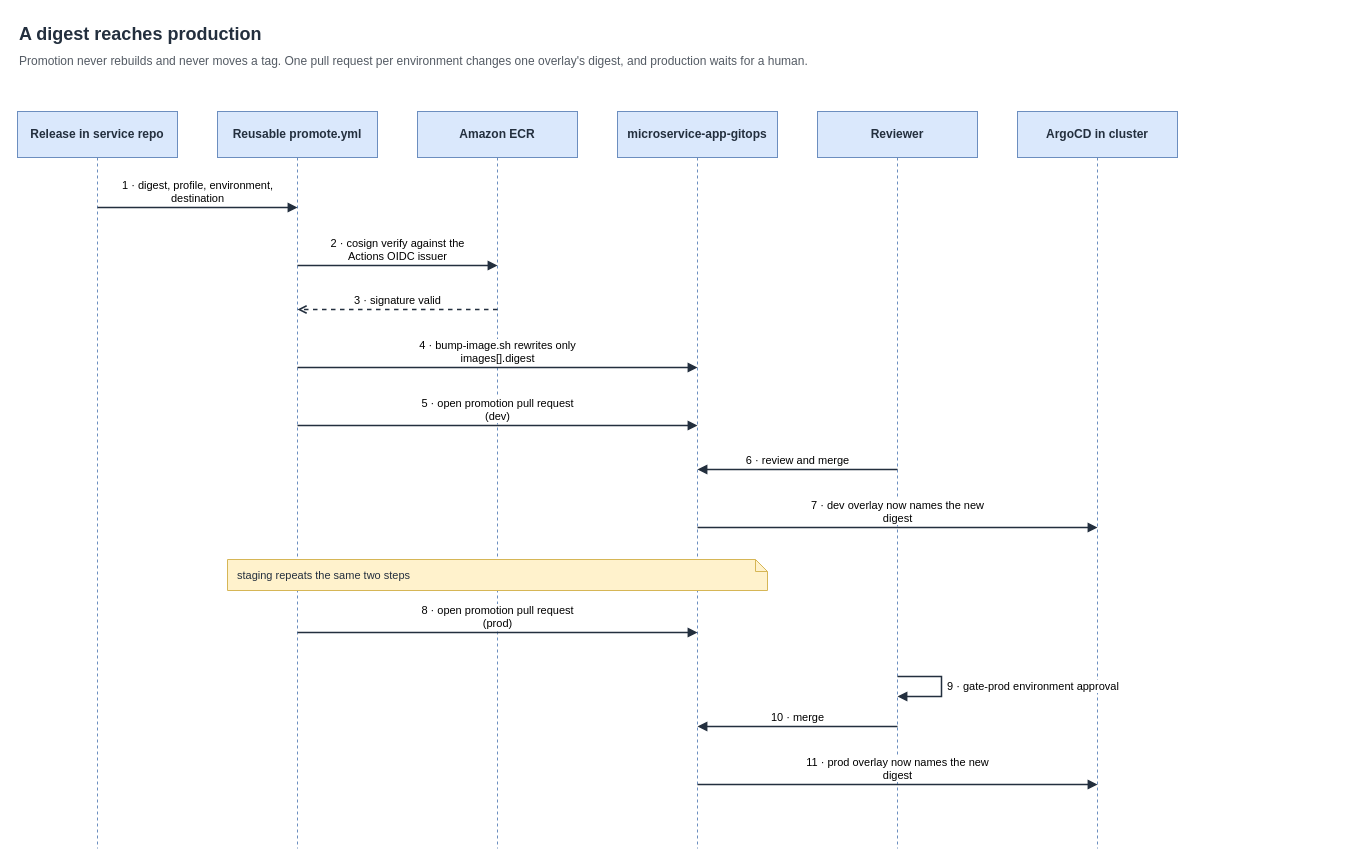
Above: page "Promotion" (2 of 6) of docs/assets/MicroTodoSuite sequence diagrams.drawio in MicroTodoSuite/microservice-app-docs (draw.io), before the change. Source tidied: cells renumbered, new cells numbered last; positions are measured from the earlier drawing's top-left corner, leaving out a move shared by most shapes. Both pictures are drawn from the tidied source at 100%, with x=0, y=0 at pixel (17, 17).
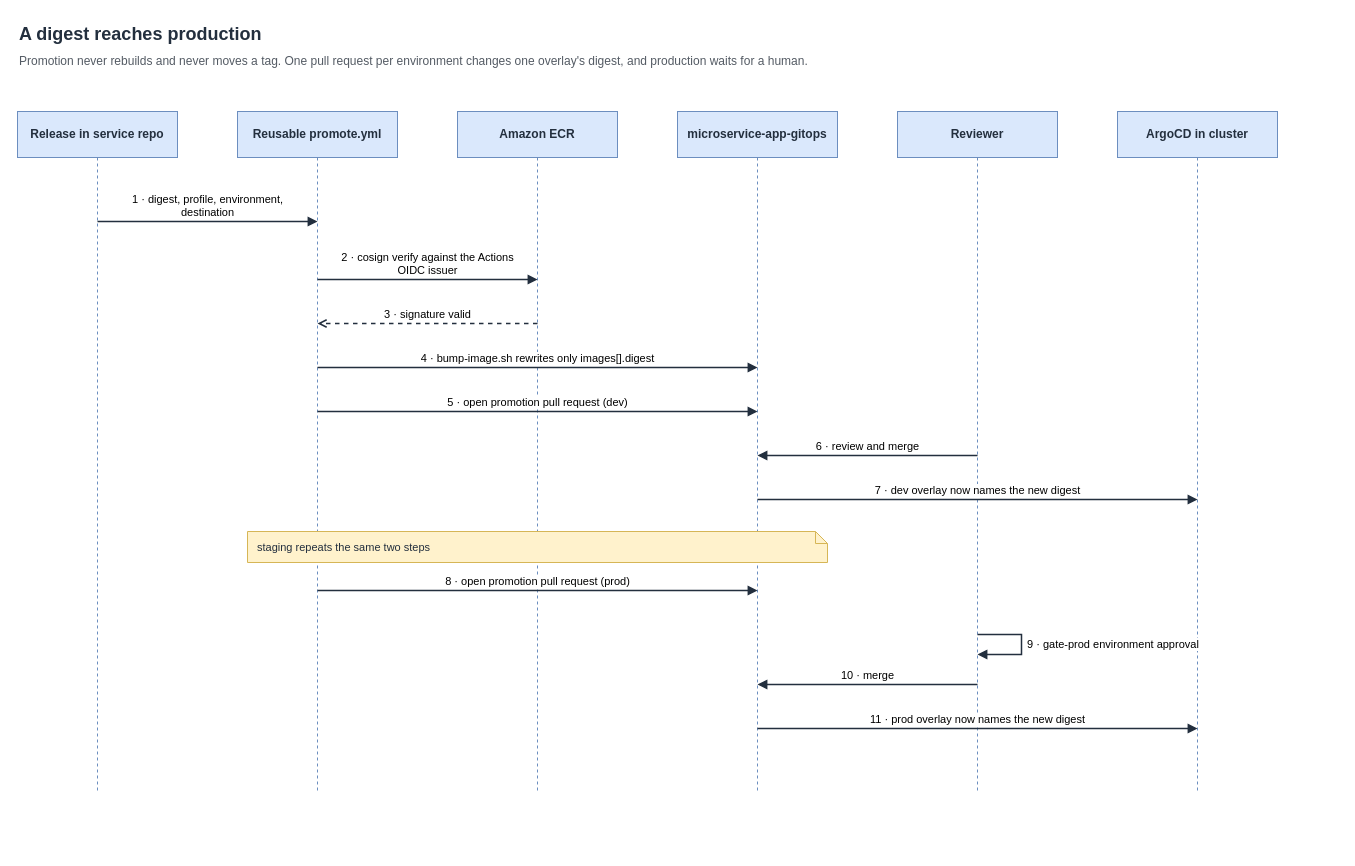
The same diagram, later.

What changed in the source:
```diff
@@
     <mxCell id="2" value="ArgoCD in cluster" style="shape=umlLifeline;perimeter=lifelinePerimeter;whiteSpace=wrap;html=1;size=46;fontSize=12;fontStyle=1;fillColor=#DAE8FC;strokeColor=#6C8EBF;fontColor=#232F3E;" parent="1" vertex="1">
-      <mxGeometry x="1000" y="94" width="160" height="737" as="geometry" />
+      <mxGeometry x="1100" y="94" width="160" height="681" as="geometry" />
     </mxCell>
     <mxCell id="3" value="Reviewer" style="shape=umlLifeline;perimeter=lifelinePerimeter;whiteSpace=wrap;html=1;size=46;fontSize=12;fontStyle=1;fillColor=#DAE8FC;strokeColor=#6C8EBF;fontColor=#232F3E;" parent="1" vertex="1">
-      <mxGeometry x="800" y="94" width="160" height="737" as="geometry" />
+      <mxGeometry x="880" y="94" width="160" height="681" as="geometry" />
     </mxCell>
     <mxCell id="4" value="microservice-app-gitops" style="shape=umlLifeline;perimeter=lifelinePerimeter;whiteSpace=wrap;html=1;size=46;fontSize=12;fontStyle=1;fillColor=#DAE8FC;strokeColor=#6C8EBF;fontColor=#232F3E;" parent="1" vertex="1">
-      <mxGeometry x="600" y="94" width="160" height="737" as="geometry" />
+      <mxGeometry x="660" y="94" width="160" height="681" as="geometry" />
     </mxCell>
     <mxCell id="5" value="Amazon ECR" style="shape=umlLifeline;perimeter=lifelinePerimeter;whiteSpace=wrap;html=1;size=46;fontSize=12;fontStyle=1;fillColor=#DAE8FC;strokeColor=#6C8EBF;fontColor=#232F3E;" parent="1" vertex="1">
-      <mxGeometry x="400" y="94" width="160" height="737" as="geometry" />
+      <mxGeometry x="440" y="94" width="160" height="681" as="geometry" />
     </mxCell>
     <mxCell id="6" value="Reusable promote.yml" style="shape=umlLifeline;perimeter=lifelinePerimeter;whiteSpace=wrap;html=1;size=46;fontSize=12;fontStyle=1;fillColor=#DAE8FC;strokeColor=#6C8EBF;fontColor=#232F3E;" parent="1" vertex="1">
-      <mxGeometry x="200" y="94" width="160" height="737" as="geometry" />
+      <mxGeometry x="220" y="94" width="160" height="681" as="geometry" />
     </mxCell>
     <mxCell id="7" value="Release in service repo" style="shape=umlLifeline;perimeter=lifelinePerimeter;whiteSpace=wrap;html=1;size=46;fontSize=12;fontStyle=1;fillColor=#DAE8FC;strokeColor=#6C8EBF;fontColor=#232F3E;" parent="1" vertex="1">
-      <mxGeometry y="94" width="160" height="737" as="geometry" />
+      <mxGeometry y="94" width="160" height="681" as="geometry" />
     </mxCell>
     <mxCell id="8" value="A digest reaches production" style="text;html=1;align=left;verticalAlign=top;whiteSpace=wrap;fontSize=18;fontStyle=1;fontColor=#232F3E;" parent="1" vertex="1">
-      <mxGeometry width="1200" height="28" as="geometry" />
+      <mxGeometry width="1320" height="28" as="geometry" />
     </mxCell>
     <mxCell id="9" value="Promotion never rebuilds and never moves a tag. One pull request per environment changes one overlay's digest, and production waits for a human." style="text;html=1;align=left;verticalAlign=top;whiteSpace=wrap;fontSize=12;fontColor=#545B64;" parent="1" vertex="1">
-      <mxGeometry y="30" width="1200" height="50" as="geometry" />
+      <mxGeometry y="30" width="1320" height="50" as="geometry" />
     </mxCell>
     <mxCell id="10" value="1 · digest, profile, environment,&lt;br&gt;destination" style="html=1;verticalAlign=bottom;endArrow=block;endFill=1;strokeColor=#232F3E;strokeWidth=1.5;fontSize=11;labelBackgroundColor=#FFFFFF;" parent="1" edge="1">
       <mxGeometry relative="1" as="geometry">
-        <mxPoint x="80" y="190" as="sourcePoint" />
-        <mxPoint x="280" y="190" as="targetPoint" />
+        <mxPoint x="80" y="204" as="sourcePoint" />
+        <mxPoint x="300" y="204" as="targetPoint" />
       </mxGeometry>
     </mxCell>
-    <mxCell id="11" value="2 · cosign verify against the&lt;br&gt;Actions OIDC issuer" style="html=1;verticalAlign=bottom;endArrow=block;endFill=1;strokeColor=#232F3E;strokeWidth=1.5;fontSize=11;labelBackgroundColor=#FFFFFF;" parent="1" edge="1">
+    <mxCell id="11" value="2 · cosign verify against the Actions&lt;br&gt;OIDC issuer" style="html=1;verticalAlign=bottom;endArrow=block;endFill=1;strokeColor=#232F3E;strokeWidth=1.5;fontSize=11;labelBackgroundColor=#FFFFFF;" parent="1" edge="1">
       <mxGeometry relative="1" as="geometry">
-        <mxPoint x="280" y="248" as="sourcePoint" />
-        <mxPoint x="480" y="248" as="targetPoint" />
+        <mxPoint x="300" y="262" as="sourcePoint" />
+        <mxPoint x="520" y="262" as="targetPoint" />
       </mxGeometry>
     </mxCell>
     <mxCell id="12" value="3 · signature valid" style="html=1;verticalAlign=bottom;endArrow=open;endFill=0;dashed=1;strokeColor=#232F3E;strokeWidth=1.5;fontSize=11;labelBackgroundColor=#FFFFFF;" parent="1" edge="1">
       <mxGeometry relative="1" as="geometry">
-        <mxPoint x="480" y="292" as="sourcePoint" />
-        <mxPoint x="280" y="292" as="targetPoint" />
+        <mxPoint x="520" y="306" as="sourcePoint" />
+        <mxPoint x="300" y="306" as="targetPoint" />
       </mxGeometry>
     </mxCell>
-    <mxCell id="13" value="4 · bump-image.sh rewrites only&lt;br&gt;images[].digest" style="html=1;verticalAlign=bottom;endArrow=block;endFill=1;strokeColor=#232F3E;strokeWidth=1.5;fontSize=11;labelBackgroundColor=#FFFFFF;" parent="1" edge="1">
+    <mxCell id="13" value="4 · bump-image.sh rewrites only images[].digest" style="html=1;verticalAlign=bottom;endArrow=block;endFill=1;strokeColor=#232F3E;strokeWidth=1.5;fontSize=11;labelBackgroundColor=#FFFFFF;" parent="1" edge="1">
       <mxGeometry relative="1" as="geometry">
-        <mxPoint x="280" y="350" as="sourcePoint" />
-        <mxPoint x="680" y="350" as="targetPoint" />
+        <mxPoint x="300" y="350" as="sourcePoint" />
+        <mxPoint x="740" y="350" as="targetPoint" />
       </mxGeometry>
     </mxCell>
-    <mxCell id="14" value="5 · open promotion pull request&lt;br&gt;(dev)" style="html=1;verticalAlign=bottom;endArrow=block;endFill=1;strokeColor=#232F3E;strokeWidth=1.5;fontSize=11;labelBackgroundColor=#FFFFFF;" parent="1" edge="1">
+    <mxCell id="14" value="5 · open promotion pull request (dev)" style="html=1;verticalAlign=bottom;endArrow=block;endFill=1;strokeColor=#232F3E;strokeWidth=1.5;fontSize=11;labelBackgroundColor=#FFFFFF;" parent="1" edge="1">
       <mxGeometry relative="1" as="geometry">
-        <mxPoint x="280" y="408" as="sourcePoint" />
-        <mxPoint x="680" y="408" as="targetPoint" />
+        <mxPoint x="300" y="394" as="sourcePoint" />
+        <mxPoint x="740" y="394" as="targetPoint" />
       </mxGeometry>
     </mxCell>
     <mxCell id="15" value="6 · review and merge" style="html=1;verticalAlign=bottom;endArrow=block;endFill=1;strokeColor=#232F3E;strokeWidth=1.5;fontSize=11;labelBackgroundColor=#FFFFFF;" parent="1" edge="1">
       <mxGeometry relative="1" as="geometry">
-        <mxPoint x="880" y="452" as="sourcePoint" />
-        <mxPoint x="680" y="452" as="targetPoint" />
+        <mxPoint x="960" y="438" as="sourcePoint" />
+        <mxPoint x="740" y="438" as="targetPoint" />
       </mxGeometry>
     </mxCell>
-    <mxCell id="16" value="7 · dev overlay now names the new&lt;br&gt;digest" style="html=1;verticalAlign=bottom;endArrow=block;endFill=1;strokeColor=#232F3E;strokeWidth=1.5;fontSize=11;labelBackgroundColor=#FFFFFF;" parent="1" edge="1">
+    <mxCell id="16" value="7 · dev overlay now names the new digest" style="html=1;verticalAlign=bottom;endArrow=block;endFill=1;strokeColor=#232F3E;strokeWidth=1.5;fontSize=11;labelBackgroundColor=#FFFFFF;" parent="1" edge="1">
       <mxGeometry relative="1" as="geometry">
-        <mxPoint x="680" y="510" as="sourcePoint" />
-        <mxPoint x="1080" y="510" as="targetPoint" />
+        <mxPoint x="740" y="482" as="sourcePoint" />
+        <mxPoint x="1180" y="482" as="targetPoint" />
       </mxGeometry>
     </mxCell>
     <mxCell id="17" value="staging repeats the same two steps" style="shape=note;whiteSpace=wrap;html=1;size=12;align=left;spacingLeft=8;fontSize=11;fillColor=#FFF2CC;strokeColor=#D6B656;fontColor=#232F3E;" parent="1" vertex="1">
-      <mxGeometry x="210" y="542" width="540" height="31" as="geometry" />
+      <mxGeometry x="230" y="514" width="580" height="31" as="geometry" />
     </mxCell>
-    <mxCell id="18" value="8 · open promotion pull request&lt;br&gt;(prod)" style="html=1;verticalAlign=bottom;endArrow=block;endFill=1;strokeColor=#232F3E;strokeWidth=1.5;fontSize=11;labelBackgroundColor=#FFFFFF;" parent="1" edge="1">
+    <mxCell id="18" value="8 · open promotion pull request (prod)" style="html=1;verticalAlign=bottom;endArrow=block;endFill=1;strokeColor=#232F3E;strokeWidth=1.5;fontSize=11;labelBackgroundColor=#FFFFFF;" parent="1" edge="1">
       <mxGeometry relative="1" as="geometry">
-        <mxPoint x="280" y="615" as="sourcePoint" />
-        <mxPoint x="680" y="615" as="targetPoint" />
+        <mxPoint x="300" y="573" as="sourcePoint" />
+        <mxPoint x="740" y="573" as="targetPoint" />
       </mxGeometry>
     </mxCell>
     <mxCell id="19" value="9 · gate-prod environment approval" style="html=1;align=left;spacingLeft=4;endArrow=block;endFill=1;rounded=0;strokeColor=#232F3E;strokeWidth=1.5;fontSize=11;labelBackgroundColor=#FFFFFF;" parent="1" edge="1">
       <mxGeometry relative="1" as="geometry">
-        <mxPoint x="880" y="659" as="sourcePoint" />
-        <mxPoint x="880" y="679" as="targetPoint" />
+        <mxPoint x="960" y="617" as="sourcePoint" />
+        <mxPoint x="960" y="637" as="targetPoint" />
         <Array as="points">
-          <mxPoint x="924" y="659" />
-          <mxPoint x="924" y="679" />
+          <mxPoint x="1004" y="617" />
+          <mxPoint x="1004" y="637" />
         </Array>
       </mxGeometry>
     </mxCell>
     <mxCell id="20" value="10 · merge" style="html=1;verticalAlign=bottom;endArrow=block;endFill=1;strokeColor=#232F3E;strokeWidth=1.5;fontSize=11;labelBackgroundColor=#FFFFFF;" parent="1" edge="1">
       <mxGeometry relative="1" as="geometry">
-        <mxPoint x="880" y="709" as="sourcePoint" />
-        <mxPoint x="680" y="709" as="targetPoint" />
+        <mxPoint x="960" y="667" as="sourcePoint" />
+        <mxPoint x="740" y="667" as="targetPoint" />
       </mxGeometry>
     </mxCell>
-    <mxCell id="21" value="11 · prod overlay now names the new&lt;br&gt;digest" style="html=1;verticalAlign=bottom;endArrow=block;endFill=1;strokeColor=#232F3E;strokeWidth=1.5;fontSize=11;labelBackgroundColor=#FFFFFF;" parent="1" edge="1">
+    <mxCell id="21" value="11 · prod overlay now names the new digest" style="html=1;verticalAlign=bottom;endArrow=block;endFill=1;strokeColor=#232F3E;strokeWidth=1.5;fontSize=11;labelBackgroundColor=#FFFFFF;" parent="1" edge="1">
       <mxGeometry relative="1" as="geometry">
-        <mxPoint x="680" y="767" as="sourcePoint" />
-        <mxPoint x="1080" y="767" as="targetPoint" />
+        <mxPoint x="740" y="711" as="sourcePoint" />
+        <mxPoint x="1180" y="711" as="targetPoint" />
       </mxGeometry>
     </mxCell>
```
